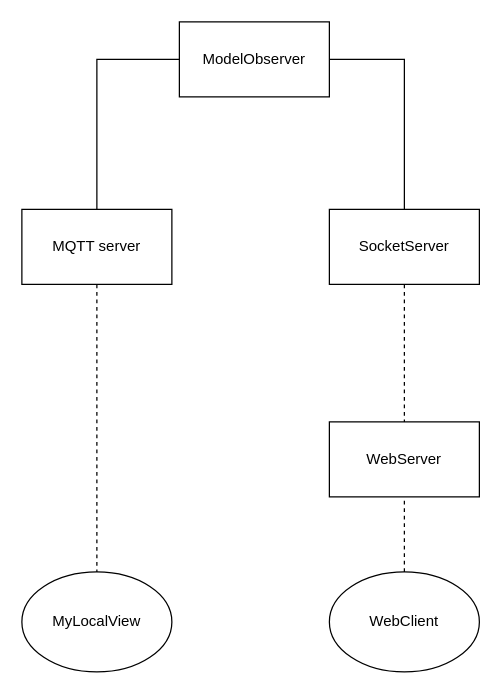
The draw.io diagram cec.drawio in Ro0t-set/Assignment-01-Patriti, before the edit. Source tidied: cells renumbered, new cells numbered last; positions are measured from the earlier drawing's top-left corner, leaving out a move shared by most shapes. Both pictures are drawn from the tidied source at 125%, with x=0, y=0 at pixel (21, 21).
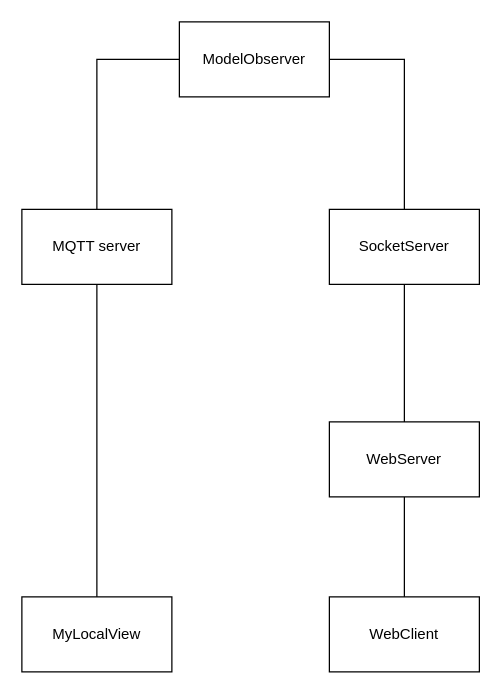
Above is the later version.

The edit, as a diff of the source:
```diff
@@
 <mxGraphModel>
   <root>
     <mxCell id="0" />
     <mxCell id="1" parent="0" />
     <mxCell id="2" value="WebServer" style="rounded=0;whiteSpace=wrap;html=1;" parent="1" vertex="1">
       <mxGeometry x="246" y="320" width="120" height="60" as="geometry" />
     </mxCell>
-    <mxCell id="3" style="edgeStyle=orthogonalEdgeStyle;rounded=0;jettySize=auto;html=1;exitX=0.5;exitY=1;exitDx=0;exitDy=0;endArrow=none;endFill=0;dashed=1;entryX=0.5;entryY=0;entryDx=0;entryDy=0;" parent="1" edge="1" source="4" target="2">
+    <mxCell id="3" style="edgeStyle=orthogonalEdgeStyle;rounded=0;jettySize=auto;html=1;exitX=0.5;exitY=1;exitDx=0;exitDy=0;endArrow=none;endFill=0;entryX=0.5;entryY=0;entryDx=0;entryDy=0;" parent="1" edge="1" source="4" target="2">
       <mxGeometry relative="1" as="geometry" />
     </mxCell>
     <mxCell id="4" value="SocketServer" style="rounded=0;whiteSpace=wrap;html=1;" parent="1" vertex="1">
       <mxGeometry x="246" y="150" width="120" height="60" as="geometry" />
     </mxCell>
-    <mxCell id="5" style="edgeStyle=orthogonalEdgeStyle;rounded=0;jettySize=auto;html=1;exitX=0.5;exitY=1;exitDx=0;exitDy=0;entryX=0.5;entryY=0;entryDx=0;entryDy=0;endArrow=none;endFill=0;dashed=1;" parent="1" edge="1" source="6" target="9">
+    <mxCell id="5" style="edgeStyle=orthogonalEdgeStyle;rounded=0;jettySize=auto;html=1;exitX=0.5;exitY=1;exitDx=0;exitDy=0;entryX=0.5;entryY=0;entryDx=0;entryDy=0;endArrow=none;endFill=0;" parent="1" edge="1" source="6" target="9">
       <mxGeometry relative="1" as="geometry" />
     </mxCell>
     <mxCell id="6" value="MQTT server" style="rounded=0;whiteSpace=wrap;html=1;" parent="1" vertex="1">
       <mxGeometry y="150" width="120" height="60" as="geometry" />
     </mxCell>
-    <mxCell id="7" style="edgeStyle=orthogonalEdgeStyle;rounded=0;jettySize=auto;html=1;dashed=1;endArrow=none;endFill=0;entryX=0.5;entryY=1;entryDx=0;entryDy=0;exitX=0.5;exitY=0;exitDx=0;exitDy=0;" parent="1" edge="1" source="8" target="2">
+    <mxCell id="7" style="edgeStyle=orthogonalEdgeStyle;rounded=0;jettySize=auto;html=1;endArrow=none;endFill=0;entryX=0.5;entryY=1;entryDx=0;entryDy=0;exitX=0.5;exitY=0;exitDx=0;exitDy=0;" parent="1" edge="1" source="8" target="2">
       <mxGeometry relative="1" as="geometry" />
     </mxCell>
-    <mxCell id="8" value="WebClient" style="ellipse;whiteSpace=wrap;html=1;" parent="1" vertex="1">
-      <mxGeometry x="246" y="440" width="120" height="80" as="geometry" />
-    </mxCell>
-    <mxCell id="9" value="MyLocalView" style="ellipse;whiteSpace=wrap;html=1;" parent="1" vertex="1">
-      <mxGeometry y="440" width="120" height="80" as="geometry" />
-    </mxCell>
     <mxCell id="10" style="edgeStyle=orthogonalEdgeStyle;rounded=0;jettySize=auto;html=1;exitX=0;exitY=0.5;exitDx=0;exitDy=0;entryX=0.5;entryY=0;entryDx=0;entryDy=0;endArrow=none;endFill=0;" parent="1" edge="1" source="12" target="6">
       <mxGeometry relative="1" as="geometry" />
     </mxCell>
     <mxCell id="11" style="edgeStyle=orthogonalEdgeStyle;rounded=0;jettySize=auto;html=1;exitX=1;exitY=0.5;exitDx=0;exitDy=0;entryX=0.5;entryY=0;entryDx=0;entryDy=0;endArrow=none;endFill=0;" parent="1" edge="1" source="12" target="4">
       <mxGeometry relative="1" as="geometry" />
     </mxCell>
     <mxCell id="12" value="ModelObserver" style="rounded=0;whiteSpace=wrap;html=1;" parent="1" vertex="1">
       <mxGeometry x="126" width="120" height="60" as="geometry" />
     </mxCell>
+    <mxCell id="9" value="MyLocalView" style="rounded=0;whiteSpace=wrap;html=1;" parent="1" vertex="1">
+      <mxGeometry y="460" width="120" height="60" as="geometry" />
+    </mxCell>
+    <mxCell id="8" value="WebClient" style="rounded=0;whiteSpace=wrap;html=1;" parent="1" vertex="1">
+      <mxGeometry x="246" y="460" width="120" height="60" as="geometry" />
+    </mxCell>
   </root>
 </mxGraphModel>
```
